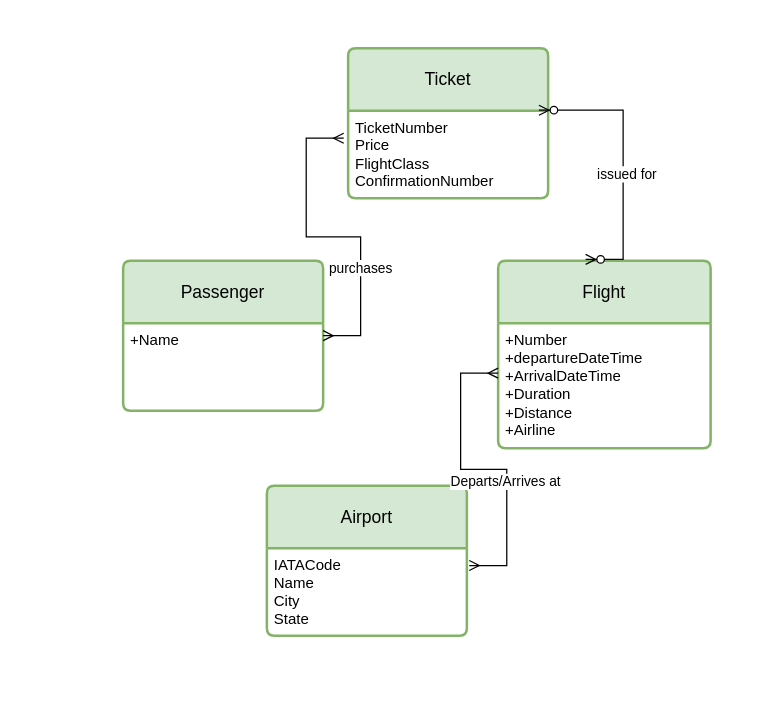
RojinD/Diagram keeps this draw.io diagram as flight Booking.drawio. Above is the earlier version. Source tidied: cells renumbered, new cells numbered last; positions are measured from the earlier drawing's top-left corner, leaving out a move shared by most shapes. Both pictures are drawn from the tidied source at 125%, with x=0, y=0 at pixel (122, 48).
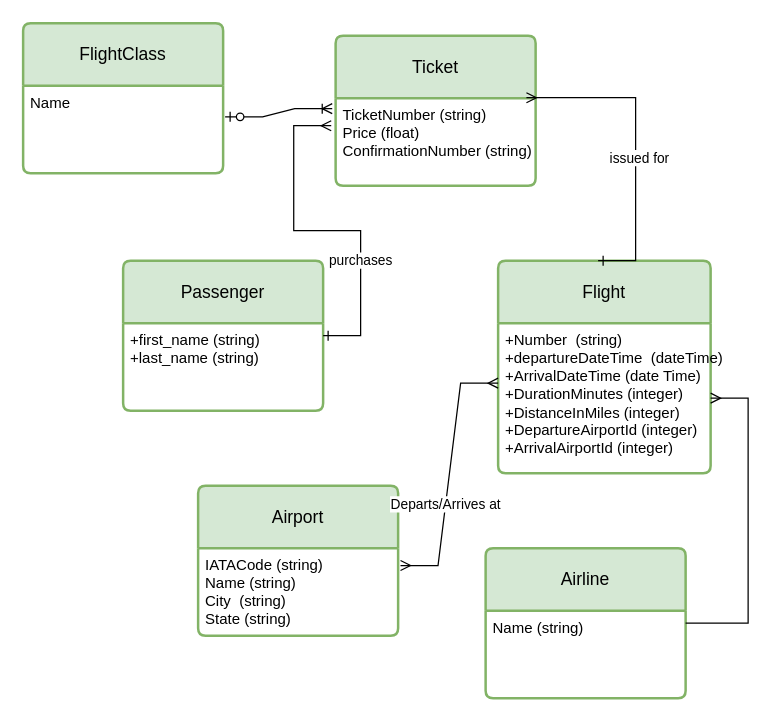
The same diagram, later.

The change refers to these unchanged cells:
```xml
<mxCell id="2" value="Passenger" style="swimlane;horizontal=1;startSize=50;rounded=1;fontSize=14;fontStyle=0;strokeWidth=2;shadow=0;dashed=0;align=center;arcSize=4;whiteSpace=wrap;html=1;fillColor=#d5e8d4;strokeColor=#82b366;" parent="1" vertex="1">
  <mxGeometry y="170" width="160" height="120" as="geometry" />
</mxCell>
```

Change to the diagram source:
```diff
@@
-    <mxCell id="3" value="+Name" style="align=left;strokeColor=none;fillColor=none;spacingLeft=4;fontSize=12;verticalAlign=top;html=1;" parent="2" vertex="1">
+    <mxCell id="3" value="+first_name (string)&lt;br&gt;+last_name (string)" style="align=left;strokeColor=none;fillColor=none;spacingLeft=4;fontSize=12;verticalAlign=top;html=1;" parent="2" vertex="1">
       <mxGeometry y="50" width="160" height="70" as="geometry" />
     </mxCell>
     <mxCell id="4" value="Flight" style="swimlane;horizontal=1;startSize=50;rounded=1;fontSize=14;fontStyle=0;strokeWidth=2;shadow=0;dashed=0;align=center;arcSize=4;whiteSpace=wrap;html=1;fillColor=#d5e8d4;strokeColor=#82b366;" parent="1" vertex="1">
-      <mxGeometry x="300" y="170" width="170" height="150" as="geometry" />
+      <mxGeometry x="300" y="170" width="170" height="170" as="geometry" />
     </mxCell>
-    <mxCell id="5" value="+Number&lt;br&gt;+departureDateTime&lt;br&gt;+ArrivalDateTime&lt;br&gt;+Duration&lt;br&gt;+Distance&lt;br&gt;+Airline&lt;br&gt;&lt;br&gt;&lt;br&gt;&lt;br&gt;" style="align=left;strokeColor=none;fillColor=none;spacingLeft=4;fontSize=12;verticalAlign=top;html=1;" parent="4" vertex="1">
-      <mxGeometry y="50" width="170" height="100" as="geometry" />
+    <mxCell id="5" value="+Number&amp;nbsp; (string)&lt;br&gt;+departureDateTime&amp;nbsp; (dateTime)&amp;nbsp;&lt;br&gt;+ArrivalDateTime (date Time)&lt;br&gt;+DurationMinutes (integer)&lt;br&gt;+DistanceInMiles (integer)&lt;br&gt;+DepartureAirportId (integer)&lt;span style=&quot;white-space: pre;&quot;&gt; &lt;/span&gt;&lt;br&gt;+ArrivalAirportId (integer)" style="align=left;strokeColor=none;fillColor=none;spacingLeft=4;fontSize=12;verticalAlign=top;html=1;" parent="4" vertex="1">
+      <mxGeometry y="50" width="170" height="120" as="geometry" />
     </mxCell>
     <mxCell id="6" value="Airport" style="swimlane;horizontal=1;startSize=50;rounded=1;fontSize=14;fontStyle=0;strokeWidth=2;shadow=0;dashed=0;align=center;arcSize=4;whiteSpace=wrap;html=1;fillColor=#d5e8d4;strokeColor=#82b366;" parent="1" vertex="1">
-      <mxGeometry x="115" y="350" width="160" height="120" as="geometry" />
+      <mxGeometry x="60" y="350" width="160" height="120" as="geometry" />
     </mxCell>
-    <mxCell id="7" value="IATACode&lt;br&gt;Name&lt;br&gt;City&lt;br&gt;State" style="align=left;strokeColor=none;fillColor=none;spacingLeft=4;fontSize=12;verticalAlign=top;html=1;" parent="6" vertex="1">
+    <mxCell id="7" value="IATACode (string)&lt;br&gt;Name (string)&lt;br&gt;City&amp;nbsp; (string)&lt;br&gt;State (string)" style="align=left;strokeColor=none;fillColor=none;spacingLeft=4;fontSize=12;verticalAlign=top;html=1;" parent="6" vertex="1">
       <mxGeometry y="50" width="160" height="70" as="geometry" />
     </mxCell>
@@
     <mxCell id="10" value="Ticket" style="swimlane;horizontal=1;startSize=50;rounded=1;fontSize=14;fontStyle=0;strokeWidth=2;shadow=0;dashed=0;align=center;arcSize=4;whiteSpace=wrap;html=1;fillColor=#d5e8d4;strokeColor=#82b366;" parent="1" vertex="1">
-      <mxGeometry x="180" width="160" height="120" as="geometry" />
+      <mxGeometry x="170" y="-10" width="160" height="120" as="geometry" />
     </mxCell>
-    <mxCell id="11" value="TicketNumber&lt;br&gt;Price&lt;br&gt;FlightClass&lt;br&gt;ConfirmationNumber" style="align=left;strokeColor=none;fillColor=none;spacingLeft=4;fontSize=12;verticalAlign=top;html=1;" parent="10" vertex="1">
+    <mxCell id="11" value="TicketNumber (string)&lt;br&gt;Price (float)&lt;br&gt;ConfirmationNumber (string)" style="align=left;strokeColor=none;fillColor=none;spacingLeft=4;fontSize=12;verticalAlign=top;html=1;" parent="10" vertex="1">
       <mxGeometry y="50" width="160" height="70" as="geometry" />
     </mxCell>
-    <mxCell id="12" style="edgeStyle=entityRelationEdgeStyle;fontSize=12;html=1;endArrow=ERmany;startArrow=ERmany;rounded=0;entryX=-0.022;entryY=0.315;entryDx=0;entryDy=0;entryPerimeter=0;" parent="1" edge="1" source="2" target="11">
+    <mxCell id="12" style="edgeStyle=entityRelationEdgeStyle;fontSize=12;html=1;endArrow=ERmany;startArrow=ERone;rounded=0;entryX=-0.022;entryY=0.315;entryDx=0;entryDy=0;entryPerimeter=0;endFill=0;startFill=0;" parent="1" edge="1" source="2" target="11">
       <mxGeometry relative="1" as="geometry" />
     </mxCell>
@@
-    <mxCell id="14" style="edgeStyle=entityRelationEdgeStyle;fontSize=12;html=1;endArrow=ERzeroToMany;endFill=1;startArrow=ERzeroToMany;rounded=0;entryX=0.954;entryY=-0.005;entryDx=0;entryDy=0;entryPerimeter=0;" parent="1" edge="1" target="11">
+    <mxCell id="14" style="edgeStyle=entityRelationEdgeStyle;fontSize=12;html=1;endArrow=ERmany;endFill=0;startArrow=ERone;rounded=0;entryX=0.954;entryY=-0.005;entryDx=0;entryDy=0;entryPerimeter=0;startFill=0;" parent="1" edge="1" target="11">
       <mxGeometry relative="1" as="geometry">
-        <mxPoint x="370" y="169" as="sourcePoint" />
+        <mxPoint x="380" y="170" as="sourcePoint" />
       </mxGeometry>
     </mxCell>
@@
+    <mxCell id="16" value="Airline" style="swimlane;horizontal=1;startSize=50;rounded=1;fontSize=14;fontStyle=0;strokeWidth=2;shadow=0;dashed=0;align=center;arcSize=4;whiteSpace=wrap;html=1;fillColor=#d5e8d4;strokeColor=#82b366;" parent="1" vertex="1">
+      <mxGeometry x="290" y="400" width="160" height="120" as="geometry" />
+    </mxCell>
+    <mxCell id="17" value="Name (string)" style="align=left;strokeColor=none;fillColor=none;spacingLeft=4;fontSize=12;verticalAlign=top;html=1;" parent="16" vertex="1">
+      <mxGeometry y="50" width="160" height="70" as="geometry" />
+    </mxCell>
+    <mxCell id="18" style="edgeStyle=entityRelationEdgeStyle;fontSize=12;html=1;endArrow=ERmany;rounded=0;" parent="1" edge="1" source="16" target="5">
+      <mxGeometry relative="1" as="geometry" />
+    </mxCell>
+    <mxCell id="19" value="FlightClass" style="swimlane;horizontal=1;startSize=50;rounded=1;fontSize=14;fontStyle=0;strokeWidth=2;shadow=0;dashed=0;align=center;arcSize=4;whiteSpace=wrap;html=1;fillColor=#d5e8d4;strokeColor=#82b366;" parent="1" vertex="1">
+      <mxGeometry x="-80" y="-20" width="160" height="120" as="geometry" />
+    </mxCell>
+    <mxCell id="20" value="Name&amp;nbsp;" style="align=left;strokeColor=none;fillColor=none;spacingLeft=4;fontSize=12;verticalAlign=top;html=1;" parent="19" vertex="1">
+      <mxGeometry y="50" width="160" height="70" as="geometry" />
+    </mxCell>
+    <mxCell id="21" style="edgeStyle=entityRelationEdgeStyle;fontSize=12;html=1;endArrow=ERoneToMany;startArrow=ERzeroToOne;rounded=0;exitX=1.01;exitY=0.357;exitDx=0;exitDy=0;exitPerimeter=0;entryX=-0.017;entryY=0.12;entryDx=0;entryDy=0;entryPerimeter=0;" parent="1" edge="1" source="20" target="11">
+      <mxGeometry relative="1" as="geometry" />
+    </mxCell>
```
